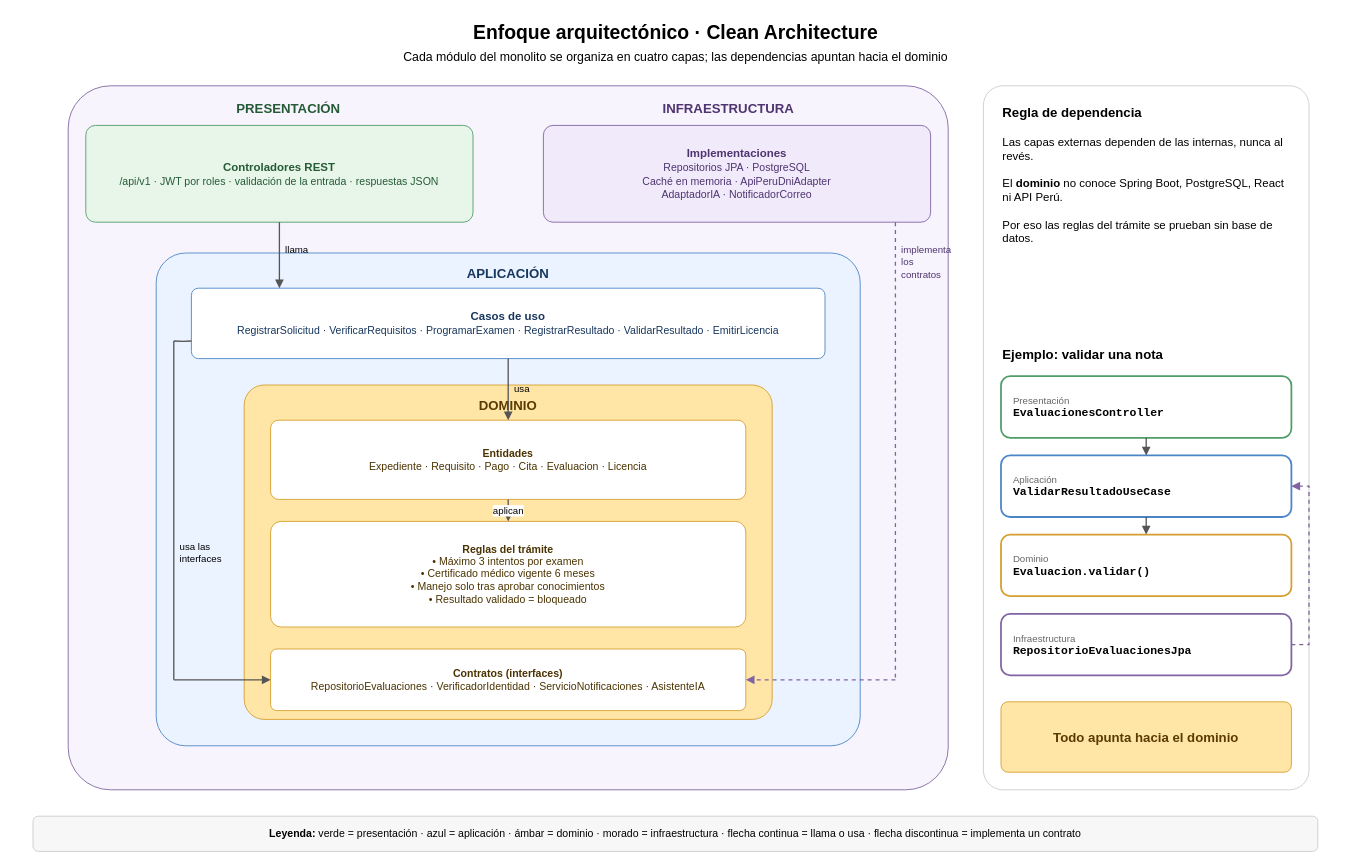
Above: img/fuentes/diagrama-clean-architecture.drawio in AdirNC-27/sistema-licencias-conducir-arquitectura (draw.io), before the change. Source tidied: cells renumbered, new cells numbered last; positions are measured from the earlier drawing's top-left corner, leaving out a move shared by most shapes. Both pictures are drawn from the tidied source at 88%, with x=0, y=0 at pixel (15, 15).
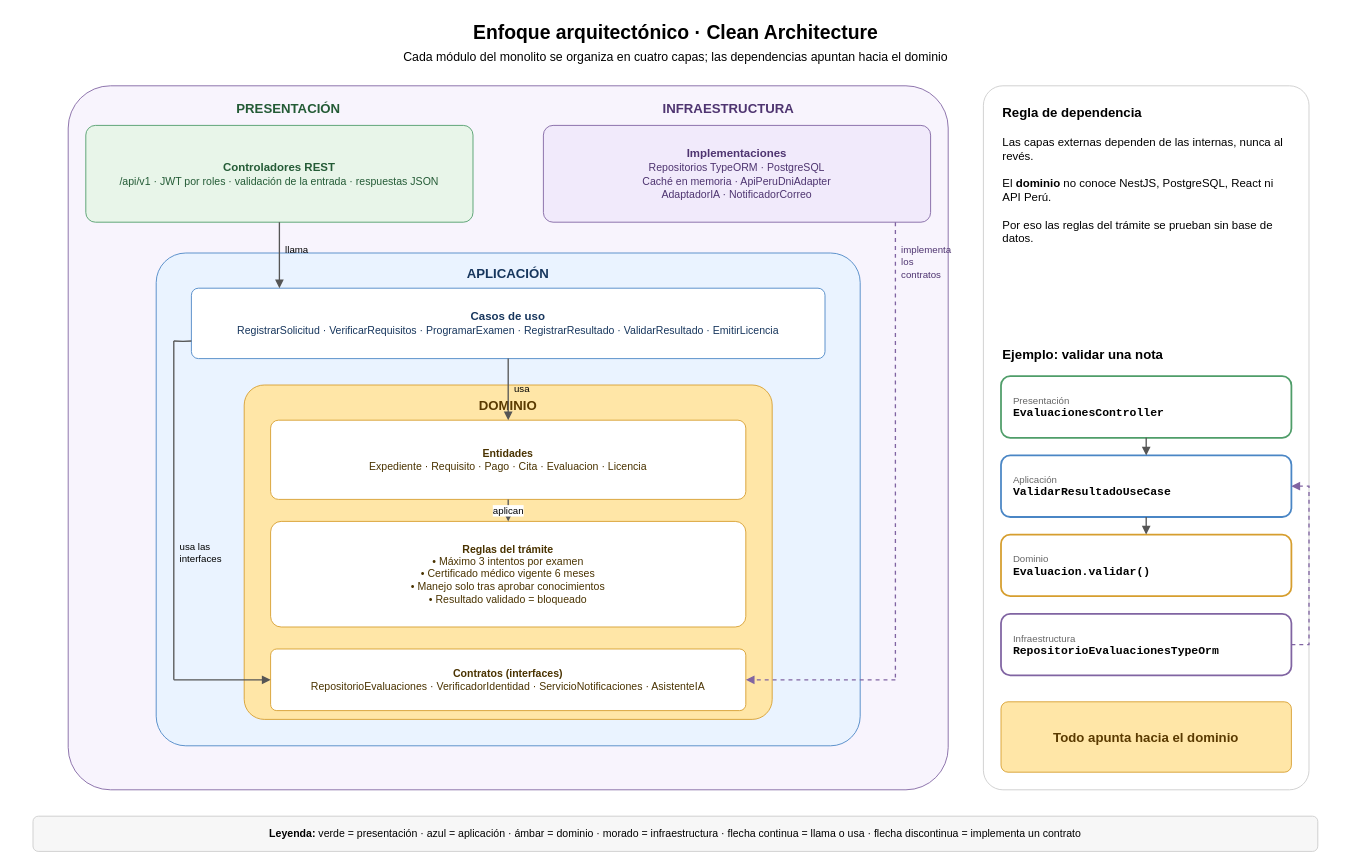
The same page after the edit.

Diff of the diagram source:
```diff
@@
-    <mxCell id="8" value="&lt;b&gt;Implementaciones&lt;/b&gt;&lt;br&gt;&lt;span style='font-size:12px'&gt;Repositorios JPA · PostgreSQL&lt;br&gt;Caché en memoria · ApiPeruDniAdapter&lt;br&gt;AdaptadorIA · NotificadorCorreo&lt;/span&gt;" style="rounded=1;arcSize=10;whiteSpace=wrap;html=1;fontSize=13;fontFamily=Helvetica;fillColor=#F1EAFB;strokeColor=#8064A2;fontColor=#4E3470;" parent="1" vertex="1">
+    <mxCell id="8" value="&lt;b&gt;Implementaciones&lt;/b&gt;&lt;br&gt;&lt;span style='font-size:12px'&gt;Repositorios TypeORM · PostgreSQL&lt;br&gt;Caché en memoria · ApiPeruDniAdapter&lt;br&gt;AdaptadorIA · NotificadorCorreo&lt;/span&gt;" style="rounded=1;arcSize=10;whiteSpace=wrap;html=1;fontSize=13;fontFamily=Helvetica;fillColor=#F1EAFB;strokeColor=#8064A2;fontColor=#4E3470;" parent="1" vertex="1">
       <mxGeometry x="600" y="125" width="440" height="110" as="geometry" />
     </mxCell>
@@
-    <mxCell id="29" value="&lt;span style='font-size:13px'&gt;Las capas externas dependen de las internas, nunca al revés.&lt;br&gt;&lt;br&gt;El &lt;b&gt;dominio&lt;/b&gt; no conoce Spring Boot, PostgreSQL, React ni API Perú.&lt;br&gt;&lt;br&gt;Por eso las reglas del trámite se prueban sin base de datos.&lt;/span&gt;" style="text;html=1;strokeColor=none;fillColor=none;align=left;fontFamily=Helvetica;verticalAlign=top;whiteSpace=wrap;" parent="1" vertex="1">
+    <mxCell id="29" value="&lt;span style='font-size:13px'&gt;Las capas externas dependen de las internas, nunca al revés.&lt;br&gt;&lt;br&gt;El &lt;b&gt;dominio&lt;/b&gt; no conoce NestJS, PostgreSQL, React ni API Perú.&lt;br&gt;&lt;br&gt;Por eso las reglas del trámite se prueban sin base de datos.&lt;/span&gt;" style="text;html=1;strokeColor=none;fillColor=none;align=left;fontFamily=Helvetica;verticalAlign=top;whiteSpace=wrap;" parent="1" vertex="1">
       <mxGeometry x="1120" y="130" width="330" height="220" as="geometry" />
     </mxCell>
@@
-    <mxCell id="34" value="&lt;span style='font-size:11px;color:#666666'&gt;Infraestructura&lt;/span&gt;&lt;br&gt;&lt;b style='font-size:13px;font-family:monospace'&gt;RepositorioEvaluacionesJpa&lt;/b&gt;" style="rounded=1;whiteSpace=wrap;html=1;align=left;spacingLeft=12;fillColor=#FFFFFF;strokeColor=#8064A2;strokeWidth=2;fontFamily=Helvetica;" parent="1" vertex="1">
+    <mxCell id="34" value="&lt;span style='font-size:11px;color:#666666'&gt;Infraestructura&lt;/span&gt;&lt;br&gt;&lt;b style='font-size:13px;font-family:monospace'&gt;RepositorioEvaluacionesTypeOrm&lt;/b&gt;" style="rounded=1;whiteSpace=wrap;html=1;align=left;spacingLeft=12;fillColor=#FFFFFF;strokeColor=#8064A2;strokeWidth=2;fontFamily=Helvetica;" parent="1" vertex="1">
       <mxGeometry x="1120" y="680" width="330" height="70" as="geometry" />
     </mxCell>
```
